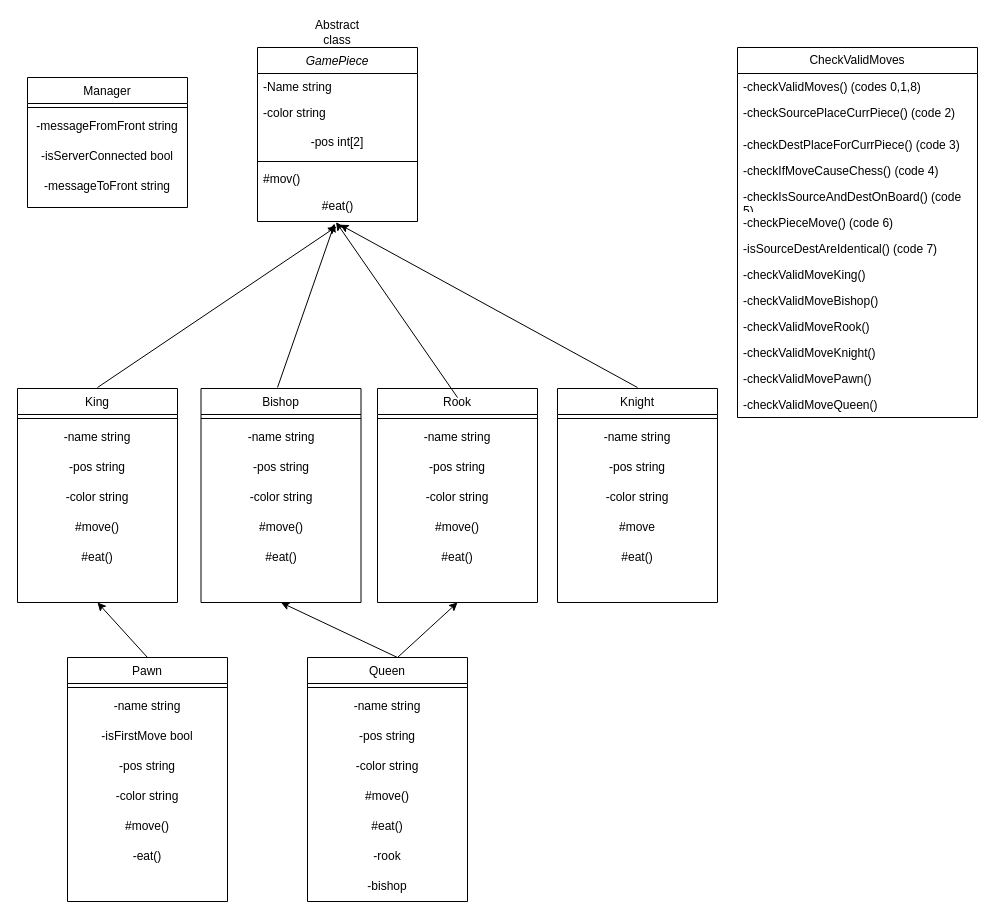
The draw.io diagram uml.drawio in Yishai-Shilian/ChessProject, before the edit. Source tidied: cells renumbered, new cells numbered last; positions are measured from the earlier drawing's top-left corner, leaving out a move shared by most shapes. Both pictures are drawn from the tidied source at 100%, with x=0, y=0 at pixel (17, 17).
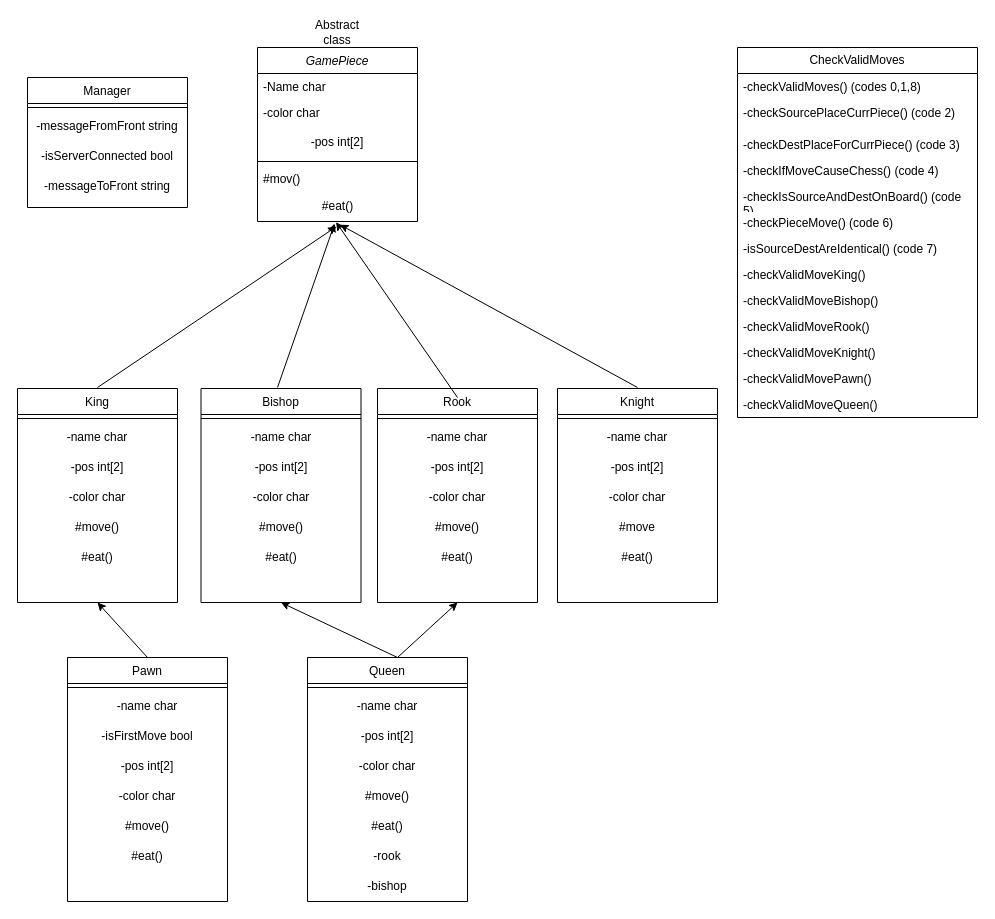
The same page after the edit.

The change refers to these unchanged cells:
```xml
<mxCell id="2" value="GamePiece" style="swimlane;fontStyle=2;align=center;verticalAlign=top;horizontal=1;startSize=26;rounded=0;shadow=0;strokeWidth=1;" parent="1" vertex="1">
  <mxGeometry x="240" y="30" width="160" height="174" as="geometry" />
</mxCell>
<mxCell id="9" value="King" style="swimlane;fontStyle=0;align=center;verticalAlign=top;horizontal=1;startSize=26;rounded=0;shadow=0;strokeWidth=1;" parent="1" vertex="1">
  <mxGeometry y="371" width="160" height="214" as="geometry" />
</mxCell>
<mxCell id="16" value="Bishop" style="swimlane;fontStyle=0;align=center;verticalAlign=top;horizontal=1;startSize=26;rounded=0;shadow=0;strokeWidth=1;" parent="1" vertex="1">
  <mxGeometry x="183.5" y="371" width="160" height="214" as="geometry" />
</mxCell>
<mxCell id="23" value="Pawn" style="swimlane;fontStyle=0;align=center;verticalAlign=top;horizontal=1;startSize=26;rounded=0;shadow=0;strokeWidth=1;" parent="1" vertex="1">
  <mxGeometry x="50" y="640" width="160" height="244" as="geometry" />
</mxCell>
<mxCell id="31" value="Knight" style="swimlane;fontStyle=0;align=center;verticalAlign=top;horizontal=1;startSize=26;rounded=0;shadow=0;strokeWidth=1;" parent="1" vertex="1">
  <mxGeometry x="540" y="371" width="160" height="214" as="geometry" />
</mxCell>
<mxCell id="38" value="Rook" style="swimlane;fontStyle=0;align=center;verticalAlign=top;horizontal=1;startSize=26;rounded=0;shadow=0;strokeWidth=1;" parent="1" vertex="1">
  <mxGeometry x="360" y="371" width="160" height="214" as="geometry" />
</mxCell>
<mxCell id="45" value="Queen" style="swimlane;fontStyle=0;align=center;verticalAlign=top;horizontal=1;startSize=26;rounded=0;shadow=0;strokeWidth=1;" parent="1" vertex="1">
  <mxGeometry x="290" y="640" width="160" height="244" as="geometry" />
</mxCell>
```

Change to the diagram source:
```diff
@@
-    <mxCell id="3" value="-Name string" style="text;align=left;verticalAlign=top;spacingLeft=4;spacingRight=4;overflow=hidden;" parent="2" vertex="1">
+    <mxCell id="3" value="-Name char&#10;" style="text;align=left;verticalAlign=top;spacingLeft=4;spacingRight=4;overflow=hidden;" parent="2" vertex="1">
       <mxGeometry y="26" width="160" height="26" as="geometry" />
     </mxCell>
-    <mxCell id="4" value="-color string" style="text;align=left;verticalAlign=top;spacingLeft=4;spacingRight=4;overflow=hidden;rounded=0;shadow=0;html=0;" parent="2" vertex="1">
+    <mxCell id="4" value="-color char" style="text;align=left;verticalAlign=top;spacingLeft=4;spacingRight=4;overflow=hidden;rounded=0;shadow=0;html=0;" parent="2" vertex="1">
       <mxGeometry y="52" width="160" height="28" as="geometry" />
     </mxCell>
@@
-    <mxCell id="11" value="-name string" style="text;html=1;strokeColor=none;fillColor=none;align=center;verticalAlign=middle;whiteSpace=wrap;rounded=0;" parent="9" vertex="1">
+    <mxCell id="11" value="-name char" style="text;html=1;strokeColor=none;fillColor=none;align=center;verticalAlign=middle;whiteSpace=wrap;rounded=0;" parent="9" vertex="1">
       <mxGeometry y="34" width="160" height="30" as="geometry" />
     </mxCell>
-    <mxCell id="12" value="-pos string" style="text;html=1;strokeColor=none;fillColor=none;align=center;verticalAlign=middle;whiteSpace=wrap;rounded=0;" parent="9" vertex="1">
+    <mxCell id="12" value="-pos int[2]" style="text;html=1;strokeColor=none;fillColor=none;align=center;verticalAlign=middle;whiteSpace=wrap;rounded=0;" parent="9" vertex="1">
       <mxGeometry y="64" width="160" height="30" as="geometry" />
     </mxCell>
-    <mxCell id="13" value="-color string" style="text;html=1;strokeColor=none;fillColor=none;align=center;verticalAlign=middle;whiteSpace=wrap;rounded=0;" parent="9" vertex="1">
+    <mxCell id="13" value="-color char" style="text;html=1;strokeColor=none;fillColor=none;align=center;verticalAlign=middle;whiteSpace=wrap;rounded=0;" parent="9" vertex="1">
       <mxGeometry y="94" width="160" height="30" as="geometry" />
     </mxCell>
@@
-    <mxCell id="18" value="-name string" style="text;html=1;strokeColor=none;fillColor=none;align=center;verticalAlign=middle;whiteSpace=wrap;rounded=0;" parent="16" vertex="1">
+    <mxCell id="18" value="-name char" style="text;html=1;strokeColor=none;fillColor=none;align=center;verticalAlign=middle;whiteSpace=wrap;rounded=0;" parent="16" vertex="1">
       <mxGeometry y="34" width="160" height="30" as="geometry" />
     </mxCell>
-    <mxCell id="19" value="-pos string" style="text;html=1;strokeColor=none;fillColor=none;align=center;verticalAlign=middle;whiteSpace=wrap;rounded=0;" parent="16" vertex="1">
+    <mxCell id="19" value="-pos int[2]" style="text;html=1;strokeColor=none;fillColor=none;align=center;verticalAlign=middle;whiteSpace=wrap;rounded=0;" parent="16" vertex="1">
       <mxGeometry y="64" width="160" height="30" as="geometry" />
     </mxCell>
-    <mxCell id="20" value="-color string" style="text;html=1;strokeColor=none;fillColor=none;align=center;verticalAlign=middle;whiteSpace=wrap;rounded=0;" parent="16" vertex="1">
+    <mxCell id="20" value="-color char" style="text;html=1;strokeColor=none;fillColor=none;align=center;verticalAlign=middle;whiteSpace=wrap;rounded=0;" parent="16" vertex="1">
       <mxGeometry y="94" width="160" height="30" as="geometry" />
     </mxCell>
@@
-    <mxCell id="25" value="-name string" style="text;html=1;strokeColor=none;fillColor=none;align=center;verticalAlign=middle;whiteSpace=wrap;rounded=0;" parent="23" vertex="1">
+    <mxCell id="25" value="-name char" style="text;html=1;strokeColor=none;fillColor=none;align=center;verticalAlign=middle;whiteSpace=wrap;rounded=0;" parent="23" vertex="1">
       <mxGeometry y="34" width="160" height="30" as="geometry" />
     </mxCell>
@@
-    <mxCell id="27" value="-pos string" style="text;html=1;strokeColor=none;fillColor=none;align=center;verticalAlign=middle;whiteSpace=wrap;rounded=0;" parent="23" vertex="1">
+    <mxCell id="27" value="-pos int[2]" style="text;html=1;strokeColor=none;fillColor=none;align=center;verticalAlign=middle;whiteSpace=wrap;rounded=0;" parent="23" vertex="1">
       <mxGeometry y="94" width="160" height="30" as="geometry" />
     </mxCell>
-    <mxCell id="28" value="-color string" style="text;html=1;strokeColor=none;fillColor=none;align=center;verticalAlign=middle;whiteSpace=wrap;rounded=0;" parent="23" vertex="1">
+    <mxCell id="28" value="-color char" style="text;html=1;strokeColor=none;fillColor=none;align=center;verticalAlign=middle;whiteSpace=wrap;rounded=0;" parent="23" vertex="1">
       <mxGeometry y="124" width="160" height="30" as="geometry" />
     </mxCell>
@@
-    <mxCell id="30" value="-eat()" style="text;html=1;strokeColor=none;fillColor=none;align=center;verticalAlign=middle;whiteSpace=wrap;rounded=0;" parent="23" vertex="1">
+    <mxCell id="30" value="#eat()" style="text;html=1;strokeColor=none;fillColor=none;align=center;verticalAlign=middle;whiteSpace=wrap;rounded=0;" parent="23" vertex="1">
       <mxGeometry y="184" width="160" height="30" as="geometry" />
     </mxCell>
@@
-    <mxCell id="33" value="-name string" style="text;html=1;strokeColor=none;fillColor=none;align=center;verticalAlign=middle;whiteSpace=wrap;rounded=0;" parent="31" vertex="1">
+    <mxCell id="33" value="-name char" style="text;html=1;strokeColor=none;fillColor=none;align=center;verticalAlign=middle;whiteSpace=wrap;rounded=0;" parent="31" vertex="1">
       <mxGeometry y="34" width="160" height="30" as="geometry" />
     </mxCell>
-    <mxCell id="34" value="-pos string" style="text;html=1;strokeColor=none;fillColor=none;align=center;verticalAlign=middle;whiteSpace=wrap;rounded=0;" parent="31" vertex="1">
+    <mxCell id="34" value="-pos int[2]" style="text;html=1;strokeColor=none;fillColor=none;align=center;verticalAlign=middle;whiteSpace=wrap;rounded=0;" parent="31" vertex="1">
       <mxGeometry y="64" width="160" height="30" as="geometry" />
     </mxCell>
-    <mxCell id="35" value="-color string" style="text;html=1;strokeColor=none;fillColor=none;align=center;verticalAlign=middle;whiteSpace=wrap;rounded=0;" parent="31" vertex="1">
+    <mxCell id="35" value="-color char" style="text;html=1;strokeColor=none;fillColor=none;align=center;verticalAlign=middle;whiteSpace=wrap;rounded=0;" parent="31" vertex="1">
       <mxGeometry y="94" width="160" height="30" as="geometry" />
     </mxCell>
@@
-    <mxCell id="40" value="-name string" style="text;html=1;strokeColor=none;fillColor=none;align=center;verticalAlign=middle;whiteSpace=wrap;rounded=0;" parent="38" vertex="1">
+    <mxCell id="40" value="-name char" style="text;html=1;strokeColor=none;fillColor=none;align=center;verticalAlign=middle;whiteSpace=wrap;rounded=0;" parent="38" vertex="1">
       <mxGeometry y="34" width="160" height="30" as="geometry" />
     </mxCell>
-    <mxCell id="41" value="-pos string" style="text;html=1;strokeColor=none;fillColor=none;align=center;verticalAlign=middle;whiteSpace=wrap;rounded=0;" parent="38" vertex="1">
+    <mxCell id="41" value="-pos int[2]" style="text;html=1;strokeColor=none;fillColor=none;align=center;verticalAlign=middle;whiteSpace=wrap;rounded=0;" parent="38" vertex="1">
       <mxGeometry y="64" width="160" height="30" as="geometry" />
     </mxCell>
-    <mxCell id="42" value="-color string" style="text;html=1;strokeColor=none;fillColor=none;align=center;verticalAlign=middle;whiteSpace=wrap;rounded=0;" parent="38" vertex="1">
+    <mxCell id="42" value="-color char" style="text;html=1;strokeColor=none;fillColor=none;align=center;verticalAlign=middle;whiteSpace=wrap;rounded=0;" parent="38" vertex="1">
       <mxGeometry y="94" width="160" height="30" as="geometry" />
     </mxCell>
@@
-    <mxCell id="47" value="-name string" style="text;html=1;strokeColor=none;fillColor=none;align=center;verticalAlign=middle;whiteSpace=wrap;rounded=0;" parent="45" vertex="1">
+    <mxCell id="47" value="-name char" style="text;html=1;strokeColor=none;fillColor=none;align=center;verticalAlign=middle;whiteSpace=wrap;rounded=0;" parent="45" vertex="1">
       <mxGeometry y="34" width="160" height="30" as="geometry" />
     </mxCell>
-    <mxCell id="48" value="-pos string" style="text;html=1;strokeColor=none;fillColor=none;align=center;verticalAlign=middle;whiteSpace=wrap;rounded=0;" parent="45" vertex="1">
+    <mxCell id="48" value="-pos int[2]" style="text;html=1;strokeColor=none;fillColor=none;align=center;verticalAlign=middle;whiteSpace=wrap;rounded=0;" parent="45" vertex="1">
       <mxGeometry y="64" width="160" height="30" as="geometry" />
     </mxCell>
-    <mxCell id="49" value="-color string" style="text;html=1;strokeColor=none;fillColor=none;align=center;verticalAlign=middle;whiteSpace=wrap;rounded=0;" parent="45" vertex="1">
+    <mxCell id="49" value="-color char" style="text;html=1;strokeColor=none;fillColor=none;align=center;verticalAlign=middle;whiteSpace=wrap;rounded=0;" parent="45" vertex="1">
       <mxGeometry y="94" width="160" height="30" as="geometry" />
     </mxCell>
```
